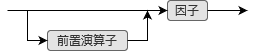
Before: SyntaxDiagram/項.png, a diagram exported from draw.io (nkue-yst/Visually). Source tidied: cells renumbered, new cells last; positions are measured from the earlier drawing's top-left corner, leaving out a move shared by most shapes.
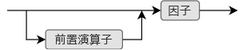
After the commit.

Change to the diagram source:
```diff
@@ -5,34 +5,34 @@
     <mxCell id="2" value="因子" style="rounded=1;whiteSpace=wrap;html=1;fillColor=#E3E3E3;strokeColor=#666666;fontColor=#333333;gradientColor=none;" parent="1" vertex="1">
       <mxGeometry x="160" width="40" height="20" as="geometry" />
     </mxCell>
-    <mxCell id="3" style="endArrow=classic;html=1;rounded=0;entryX=0;entryY=0.5;entryDx=0;entryDy=0;" parent="1" edge="1" target="2">
-      <mxGeometry relative="1" as="geometry">
-        <mxPoint y="10" as="sourcePoint" />
-      </mxGeometry>
-    </mxCell>
-    <mxCell id="4" style="edgeStyle=orthogonalEdgeStyle;rounded=0;jettySize=auto;html=1;exitX=1;exitY=0.5;exitDx=0;exitDy=0;" parent="1" edge="1" source="2">
-      <mxGeometry relative="1" as="geometry">
-        <mxPoint x="240" y="10" as="targetPoint" />
-      </mxGeometry>
-    </mxCell>
+    <mxCell id="8" style="endArrow=classic;html=1;rounded=0;entryX=0;entryY=0.5;entryDx=0;entryDy=0;" parent="1" edge="1" target="2">
+      <mxGeometry relative="1" as="geometry">
+        <mxPoint y="10" as="sourcePoint" />
+      </mxGeometry>
+    </mxCell>
+    <mxCell id="9" style="edgeStyle=orthogonalEdgeStyle;rounded=0;jettySize=auto;html=1;exitX=1;exitY=0.5;exitDx=0;exitDy=0;" parent="1" edge="1" source="2">
+      <mxGeometry relative="1" as="geometry">
+        <mxPoint x="240" y="10" as="targetPoint" />
+      </mxGeometry>
+    </mxCell>
     <mxCell id="5" value="前置演算子" style="rounded=1;whiteSpace=wrap;html=1;fillColor=#E3E3E3;strokeColor=#666666;fontColor=#333333;gradientColor=none;" parent="1" vertex="1">
       <mxGeometry x="40" y="30" width="80" height="20" as="geometry" />
     </mxCell>
-    <mxCell id="6" style="endArrow=classic;html=1;rounded=0;entryX=1;entryY=0.5;entryDx=0;entryDy=0;exitX=1;exitY=0.5;exitDx=0;exitDy=0;" parent="1" edge="1" source="5">
-      <mxGeometry relative="1" as="geometry">
-        <mxPoint x="140" y="10" as="targetPoint" />
-        <Array as="points">
-          <mxPoint x="140" y="40" />
-        </Array>
-      </mxGeometry>
-    </mxCell>
-    <mxCell id="7" style="endArrow=classic;html=1;rounded=0;exitX=0;exitY=0.5;exitDx=0;exitDy=0;entryX=0;entryY=0.5;entryDx=0;entryDy=0;" parent="1" edge="1" target="5">
-      <mxGeometry relative="1" as="geometry">
-        <mxPoint x="20" y="10" as="sourcePoint" />
-        <Array as="points">
-          <mxPoint x="20" y="40" />
-        </Array>
-      </mxGeometry>
-    </mxCell>
+    <mxCell id="10" style="endArrow=classic;html=1;rounded=0;entryX=1;entryY=0.5;entryDx=0;entryDy=0;exitX=1;exitY=0.5;exitDx=0;exitDy=0;" parent="1" edge="1" source="5">
+      <mxGeometry relative="1" as="geometry">
+        <mxPoint x="140" y="10" as="targetPoint" />
+        <Array as="points">
+          <mxPoint x="140" y="40" />
+        </Array>
+      </mxGeometry>
+    </mxCell>
+    <mxCell id="11" style="endArrow=classic;html=1;rounded=0;exitX=0;exitY=0.5;exitDx=0;exitDy=0;entryX=0;entryY=0.5;entryDx=0;entryDy=0;" parent="1" edge="1" target="5">
+      <mxGeometry relative="1" as="geometry">
+        <mxPoint x="20" y="10" as="sourcePoint" />
+        <Array as="points">
+          <mxPoint x="20" y="40" />
+        </Array>
+      </mxGeometry>
+    </mxCell>
   </root>
 </mxGraphModel>
```
